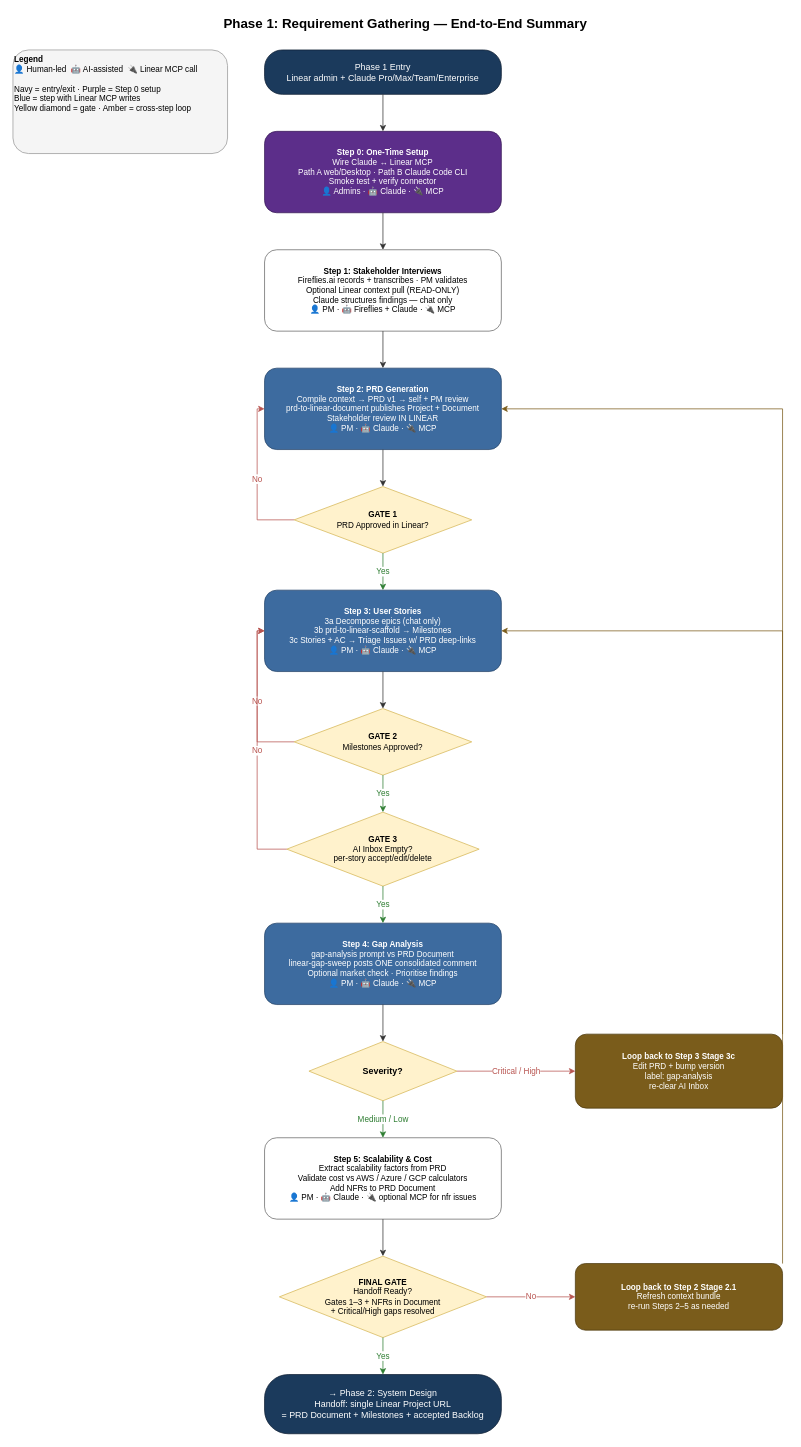
Earlier version of the draw.io diagram aidlc-phases/01-requirement-gathering/FLOWCHART-SUMMARY.drawio (kalpat-allion/ai-dlc). Source tidied: cells renumbered, new cells numbered last; positions are measured from the earlier drawing's top-left corner, leaving out a move shared by most shapes. Both pictures are drawn from the tidied source at 74%, with x=0, y=0 at pixel (13, 13).
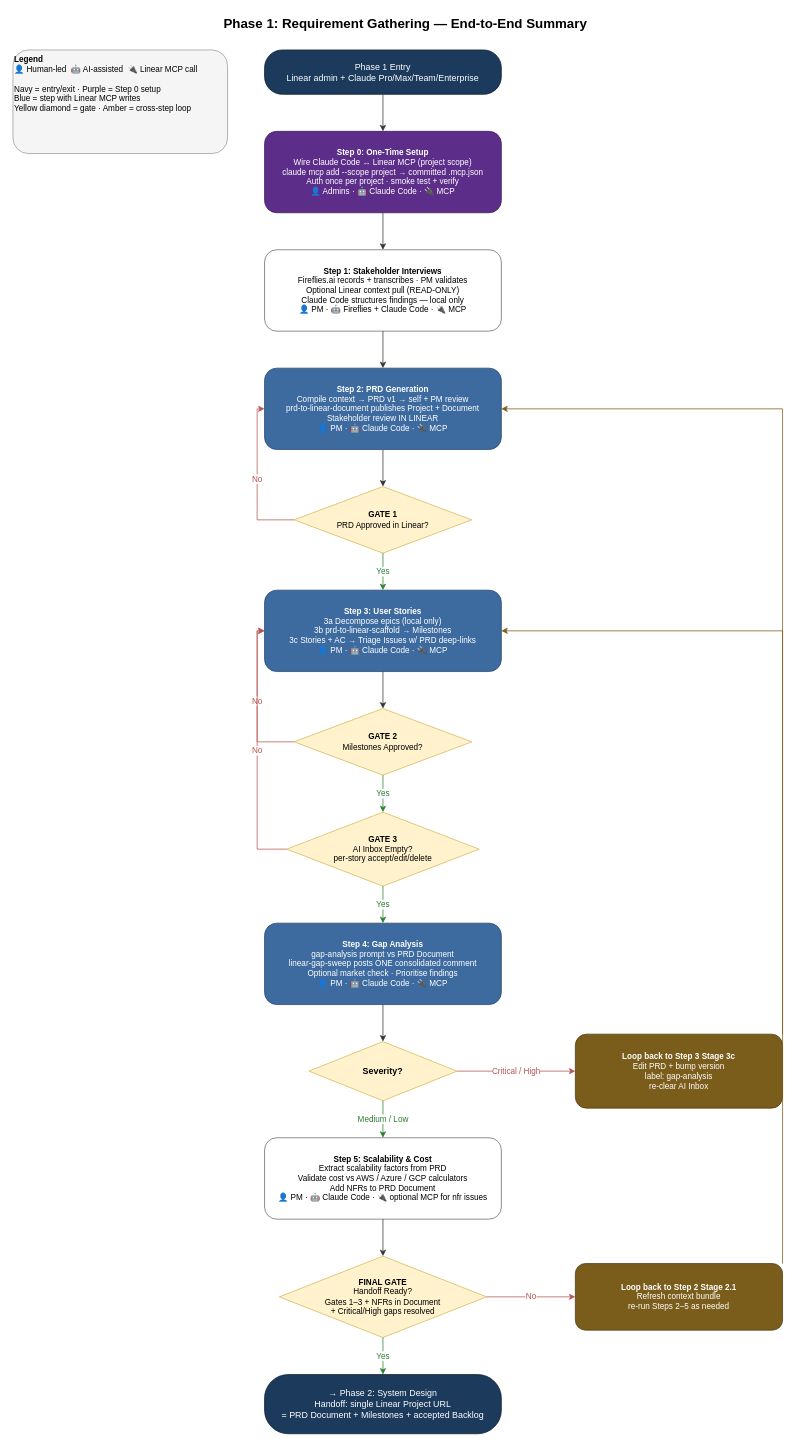
Above is the later version.

What changed in the source:
```diff
@@
-    <mxCell id="4" value="&lt;b&gt;Step 0: One-Time Setup&lt;/b&gt;&lt;br&gt;Wire Claude ↔ Linear MCP&lt;br&gt;Path A web/Desktop · Path B Claude Code CLI&lt;br&gt;Smoke test + verify connector&lt;br&gt;👤 Admins · 🤖 Claude · 🔌 MCP" style="rounded=1;whiteSpace=wrap;html=1;fillColor=#5C2E8A;fontColor=#FFFFFF;strokeColor=#3A1C58;fontSize=11;" parent="1" vertex="1">
+    <mxCell id="4" value="&lt;b&gt;Step 0: One-Time Setup&lt;/b&gt;&lt;br&gt;Wire Claude Code ↔ Linear MCP (project scope)&lt;br&gt;claude mcp add --scope project → committed .mcp.json&lt;br&gt;Auth once per project · smoke test + verify&lt;br&gt;👤 Admins · 🤖 Claude Code · 🔌 MCP" style="rounded=1;whiteSpace=wrap;html=1;fillColor=#5C2E8A;fontColor=#FFFFFF;strokeColor=#3A1C58;fontSize=11;" parent="1" vertex="1">
       <mxGeometry x="340" y="160" width="320" height="110" as="geometry" />
     </mxCell>
-    <mxCell id="5" value="&lt;b&gt;Step 1: Stakeholder Interviews&lt;/b&gt;&lt;br&gt;Fireflies.ai records + transcribes · PM validates&lt;br&gt;Optional Linear context pull (READ-ONLY)&lt;br&gt;Claude structures findings — chat only&lt;br&gt;👤 PM · 🤖 Fireflies + Claude · 🔌 MCP" style="rounded=1;whiteSpace=wrap;html=1;fillColor=#FFFFFF;fontColor=#000000;strokeColor=#666666;fontSize=11;" parent="1" vertex="1">
+    <mxCell id="5" value="&lt;b&gt;Step 1: Stakeholder Interviews&lt;/b&gt;&lt;br&gt;Fireflies.ai records + transcribes · PM validates&lt;br&gt;Optional Linear context pull (READ-ONLY)&lt;br&gt;Claude Code structures findings — local only&lt;br&gt;👤 PM · 🤖 Fireflies + Claude Code · 🔌 MCP" style="rounded=1;whiteSpace=wrap;html=1;fillColor=#FFFFFF;fontColor=#000000;strokeColor=#666666;fontSize=11;" parent="1" vertex="1">
       <mxGeometry x="340" y="320" width="320" height="110" as="geometry" />
     </mxCell>
-    <mxCell id="6" value="&lt;b&gt;Step 2: PRD Generation&lt;/b&gt;&lt;br&gt;Compile context → PRD v1 → self + PM review&lt;br&gt;prd-to-linear-document publishes Project + Document&lt;br&gt;Stakeholder review IN LINEAR&lt;br&gt;👤 PM · 🤖 Claude · 🔌 MCP" style="rounded=1;whiteSpace=wrap;html=1;fillColor=#3D6B9F;fontColor=#FFFFFF;strokeColor=#26466A;fontSize=11;" parent="1" vertex="1">
+    <mxCell id="6" value="&lt;b&gt;Step 2: PRD Generation&lt;/b&gt;&lt;br&gt;Compile context → PRD v1 → self + PM review&lt;br&gt;prd-to-linear-document publishes Project + Document&lt;br&gt;Stakeholder review IN LINEAR&lt;br&gt;👤 PM · 🤖 Claude Code · 🔌 MCP" style="rounded=1;whiteSpace=wrap;html=1;fillColor=#3D6B9F;fontColor=#FFFFFF;strokeColor=#26466A;fontSize=11;" parent="1" vertex="1">
       <mxGeometry x="340" y="480" width="320" height="110" as="geometry" />
     </mxCell>
@@
-    <mxCell id="8" value="&lt;b&gt;Step 3: User Stories&lt;/b&gt;&lt;br&gt;3a Decompose epics (chat only)&lt;br&gt;3b prd-to-linear-scaffold → Milestones&lt;br&gt;3c Stories + AC → Triage Issues w/ PRD deep-links&lt;br&gt;👤 PM · 🤖 Claude · 🔌 MCP" style="rounded=1;whiteSpace=wrap;html=1;fillColor=#3D6B9F;fontColor=#FFFFFF;strokeColor=#26466A;fontSize=11;" parent="1" vertex="1">
+    <mxCell id="8" value="&lt;b&gt;Step 3: User Stories&lt;/b&gt;&lt;br&gt;3a Decompose epics (local only)&lt;br&gt;3b prd-to-linear-scaffold → Milestones&lt;br&gt;3c Stories + AC → Triage Issues w/ PRD deep-links&lt;br&gt;👤 PM · 🤖 Claude Code · 🔌 MCP" style="rounded=1;whiteSpace=wrap;html=1;fillColor=#3D6B9F;fontColor=#FFFFFF;strokeColor=#26466A;fontSize=11;" parent="1" vertex="1">
       <mxGeometry x="340" y="780" width="320" height="110" as="geometry" />
     </mxCell>
@@
-    <mxCell id="11" value="&lt;b&gt;Step 4: Gap Analysis&lt;/b&gt;&lt;br&gt;gap-analysis prompt vs PRD Document&lt;br&gt;linear-gap-sweep posts ONE consolidated comment&lt;br&gt;Optional market check · Prioritise findings&lt;br&gt;👤 PM · 🤖 Claude · 🔌 MCP" style="rounded=1;whiteSpace=wrap;html=1;fillColor=#3D6B9F;fontColor=#FFFFFF;strokeColor=#26466A;fontSize=11;" parent="1" vertex="1">
+    <mxCell id="11" value="&lt;b&gt;Step 4: Gap Analysis&lt;/b&gt;&lt;br&gt;gap-analysis prompt vs PRD Document&lt;br&gt;linear-gap-sweep posts ONE consolidated comment&lt;br&gt;Optional market check · Prioritise findings&lt;br&gt;👤 PM · 🤖 Claude Code · 🔌 MCP" style="rounded=1;whiteSpace=wrap;html=1;fillColor=#3D6B9F;fontColor=#FFFFFF;strokeColor=#26466A;fontSize=11;" parent="1" vertex="1">
       <mxGeometry x="340" y="1230" width="320" height="110" as="geometry" />
     </mxCell>
@@
-    <mxCell id="14" value="&lt;b&gt;Step 5: Scalability &amp;amp; Cost&lt;/b&gt;&lt;br&gt;Extract scalability factors from PRD&lt;br&gt;Validate cost vs AWS / Azure / GCP calculators&lt;br&gt;Add NFRs to PRD Document&lt;br&gt;👤 PM · 🤖 Claude · 🔌 optional MCP for nfr issues" style="rounded=1;whiteSpace=wrap;html=1;fillColor=#FFFFFF;fontColor=#000000;strokeColor=#666666;fontSize=11;" parent="1" vertex="1">
+    <mxCell id="14" value="&lt;b&gt;Step 5: Scalability &amp;amp; Cost&lt;/b&gt;&lt;br&gt;Extract scalability factors from PRD&lt;br&gt;Validate cost vs AWS / Azure / GCP calculators&lt;br&gt;Add NFRs to PRD Document&lt;br&gt;👤 PM · 🤖 Claude Code · 🔌 optional MCP for nfr issues" style="rounded=1;whiteSpace=wrap;html=1;fillColor=#FFFFFF;fontColor=#000000;strokeColor=#666666;fontSize=11;" parent="1" vertex="1">
       <mxGeometry x="340" y="1520" width="320" height="110" as="geometry" />
     </mxCell>
```
